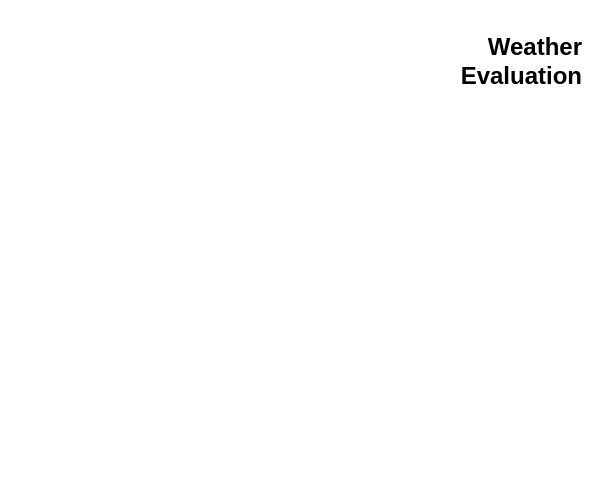
impress-msu/Documentation keeps this draw.io diagram as page "Weather-Evaluation" (5 of 9) of Draw-io Files/Nest Behavioral Diagrams Fall-2020.drawio. Above is the earlier version. Source tidied: cells renumbered, new cells numbered last; positions are measured from the earlier drawing's top-left corner, leaving out a move shared by most shapes. Both pictures are drawn from the tidied source at 100%, with x=0, y=0 at pixel (387, 27).
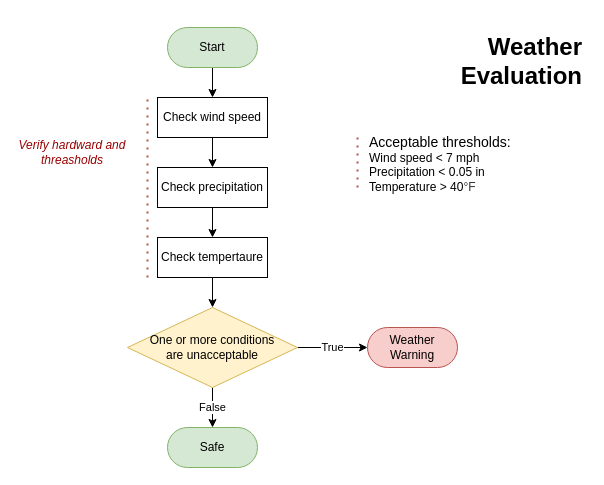
The same diagram, later.

Commit message (it also covers changes not shown here):
Added weather eval

What changed in the source:
```diff
@@
+    <mxCell id="3" style="edgeStyle=orthogonalEdgeStyle;rounded=0;jettySize=auto;html=1;exitX=0.5;exitY=1;exitDx=0;exitDy=0;entryX=0.5;entryY=0;entryDx=0;entryDy=0;" parent="1" edge="1" source="4" target="6">
+      <mxGeometry relative="1" as="geometry" />
+    </mxCell>
+    <mxCell id="4" value="Start" style="rounded=1;whiteSpace=wrap;html=1;arcSize=50;fillColor=#d5e8d4;strokeColor=#82b366;" parent="1" vertex="1">
+      <mxGeometry x="-220" width="90" height="40" as="geometry" />
+    </mxCell>
+    <mxCell id="5" style="edgeStyle=orthogonalEdgeStyle;rounded=0;jettySize=auto;html=1;exitX=0.5;exitY=1;exitDx=0;exitDy=0;entryX=0.5;entryY=0;entryDx=0;entryDy=0;" parent="1" edge="1" source="6" target="8">
+      <mxGeometry relative="1" as="geometry" />
+    </mxCell>
+    <mxCell id="6" value="Check wind speed" style="rounded=0;whiteSpace=wrap;html=1;" parent="1" vertex="1">
+      <mxGeometry x="-230" y="70" width="110" height="40" as="geometry" />
+    </mxCell>
+    <mxCell id="7" style="edgeStyle=orthogonalEdgeStyle;rounded=0;jettySize=auto;html=1;exitX=0.5;exitY=1;exitDx=0;exitDy=0;entryX=0.5;entryY=0;entryDx=0;entryDy=0;" parent="1" edge="1" source="8" target="10">
+      <mxGeometry relative="1" as="geometry" />
+    </mxCell>
+    <mxCell id="8" value="Check precipitation" style="rounded=0;whiteSpace=wrap;html=1;" parent="1" vertex="1">
+      <mxGeometry x="-230" y="140" width="110" height="40" as="geometry" />
+    </mxCell>
+    <mxCell id="9" style="edgeStyle=orthogonalEdgeStyle;rounded=0;jettySize=auto;html=1;exitX=0.5;exitY=1;exitDx=0;exitDy=0;entryX=0.5;entryY=0;entryDx=0;entryDy=0;" parent="1" edge="1" source="10" target="13">
+      <mxGeometry relative="1" as="geometry" />
+    </mxCell>
+    <mxCell id="10" value="Check tempertaure" style="rounded=0;whiteSpace=wrap;html=1;" parent="1" vertex="1">
+      <mxGeometry x="-230" y="210" width="110" height="40" as="geometry" />
+    </mxCell>
+    <mxCell id="11" value="False" style="edgeStyle=orthogonalEdgeStyle;rounded=0;jettySize=auto;html=1;exitX=0.5;exitY=1;exitDx=0;exitDy=0;entryX=0.5;entryY=0;entryDx=0;entryDy=0;" parent="1" edge="1" source="13" target="15">
+      <mxGeometry relative="1" as="geometry" />
+    </mxCell>
+    <mxCell id="12" value="True" style="edgeStyle=orthogonalEdgeStyle;rounded=0;jettySize=auto;html=1;exitX=1;exitY=0.5;exitDx=0;exitDy=0;entryX=0;entryY=0.5;entryDx=0;entryDy=0;" parent="1" edge="1" source="13" target="14">
+      <mxGeometry relative="1" as="geometry" />
+    </mxCell>
+    <mxCell id="13" value="One or more conditions are unacceptable" style="rhombus;whiteSpace=wrap;spacing=20;spacingLeft=0;fillColor=#fff2cc;strokeColor=#d6b656;" parent="1" vertex="1">
+      <mxGeometry x="-260" y="280" width="170" height="80" as="geometry" />
+    </mxCell>
+    <mxCell id="14" value="Weather Warning" style="rounded=1;whiteSpace=wrap;html=1;arcSize=50;fillColor=#f8cecc;strokeColor=#b85450;" parent="1" vertex="1">
+      <mxGeometry x="-20" y="300" width="90" height="40" as="geometry" />
+    </mxCell>
+    <mxCell id="15" value="Safe" style="rounded=1;whiteSpace=wrap;html=1;arcSize=50;fillColor=#d5e8d4;strokeColor=#82b366;" parent="1" vertex="1">
+      <mxGeometry x="-220" y="400" width="90" height="40" as="geometry" />
+    </mxCell>
+    <mxCell id="16" value="&lt;span style=&quot;font-size: 14px&quot;&gt;Acceptable thresholds:&lt;br&gt;&lt;/span&gt;Wind speed &amp;lt; 7 mph&lt;br&gt;Precipitation &amp;lt; 0.05 in&lt;br&gt;Temperature &amp;gt; 40&lt;span style=&quot;color: rgb(51 , 51 , 51)&quot;&gt;&lt;font style=&quot;font-size: 12px&quot;&gt;°F&lt;/font&gt;&lt;/span&gt;" style="text;html=1;strokeColor=none;fillColor=none;align=left;verticalAlign=top;whiteSpace=wrap;rounded=0;" parent="1" vertex="1">
+      <mxGeometry x="-20" y="100" width="170" height="90" as="geometry" />
+    </mxCell>
+    <mxCell id="17" style="endArrow=none;dashed=1;html=1;dashPattern=1 3;strokeWidth=2;fillColor=#f8cecc;strokeColor=#b85450;" parent="1" edge="1">
+      <mxGeometry relative="1" as="geometry">
+        <mxPoint x="-240" y="250" as="sourcePoint" />
+        <mxPoint x="-240" y="70" as="targetPoint" />
+      </mxGeometry>
+    </mxCell>
+    <mxCell id="18" style="endArrow=none;dashed=1;html=1;dashPattern=1 3;strokeWidth=2;fillColor=#f8cecc;strokeColor=#b85450;" parent="1" edge="1">
+      <mxGeometry relative="1" as="geometry">
+        <mxPoint x="-30" y="160" as="sourcePoint" />
+        <mxPoint x="-30" y="110" as="targetPoint" />
+      </mxGeometry>
+    </mxCell>
+    <mxCell id="19" value="&lt;i&gt;&lt;font color=&quot;#990000&quot;&gt;Verify hardward and threasholds&lt;/font&gt;&lt;/i&gt;" style="text;html=1;strokeColor=none;fillColor=none;align=center;verticalAlign=middle;whiteSpace=wrap;rounded=0;" parent="1" vertex="1">
+      <mxGeometry x="-370" y="90" width="110" height="70" as="geometry" />
+    </mxCell>
```
